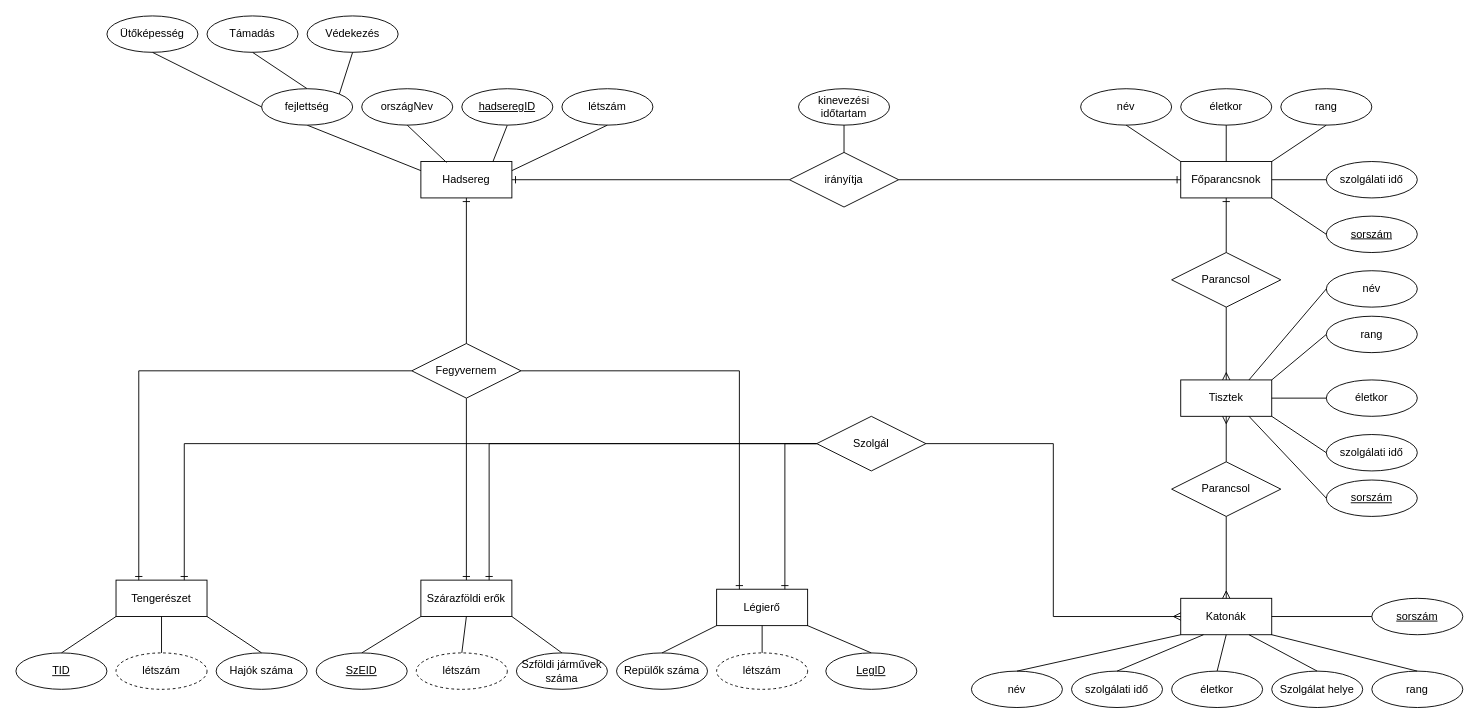
urbanoliver/HEPMIU_DB1Gyak keeps this draw.io diagram as DBSemTaskHEPMIU/ERhepmiu.drawio. Above is the earlier version. Source tidied: cells renumbered, new cells numbered last; positions are measured from the earlier drawing's top-left corner, leaving out a move shared by most shapes. Both pictures are drawn from the tidied source at 91%, with x=0, y=0 at pixel (15, 15).
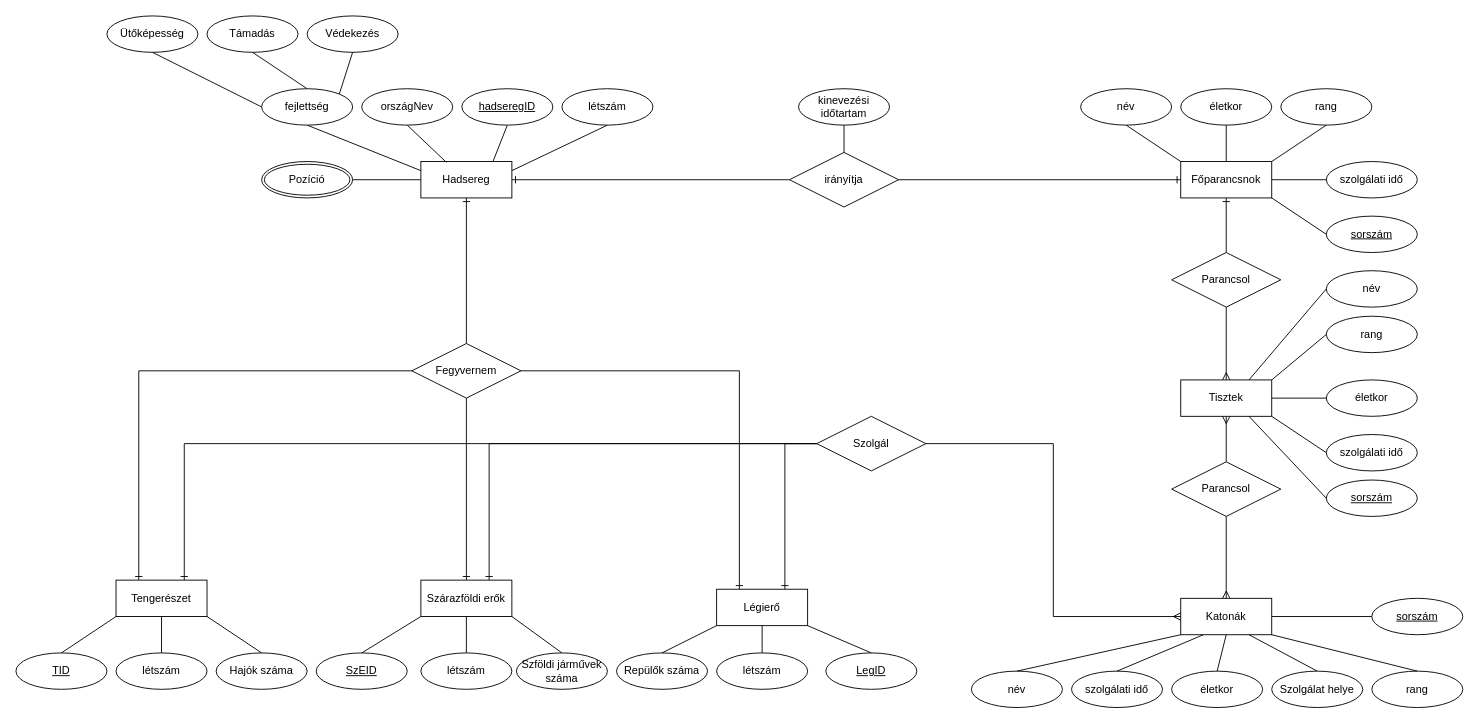
The same page after the edit.

The change refers to these unchanged cells:
```xml
<mxCell id="2" value="Hadsereg" style="whiteSpace=wrap;html=1;align=center;" parent="1" vertex="1">
  <mxGeometry x="445" y="160" width="100" height="40" as="geometry" />
</mxCell>
<mxCell id="6" value="Szárazföldi erők" style="whiteSpace=wrap;html=1;align=center;" parent="1" vertex="1">
  <mxGeometry x="445" y="620" width="100" height="40" as="geometry" />
</mxCell>
<mxCell id="9" value="Tengerészet" style="whiteSpace=wrap;html=1;align=center;" parent="1" vertex="1">
  <mxGeometry x="110" y="620" width="100" height="40" as="geometry" />
</mxCell>
```

Change to the diagram source:
```diff
@@
-    <mxCell id="59" value="létszám" style="ellipse;whiteSpace=wrap;html=1;align=center;dashed=1;" parent="1" vertex="1">
-      <mxGeometry x="110" y="700" width="100" height="40" as="geometry" />
-    </mxCell>
-    <mxCell id="60" value="létszám" style="ellipse;whiteSpace=wrap;html=1;align=center;dashed=1;" parent="1" vertex="1">
-      <mxGeometry x="440" y="700" width="100" height="40" as="geometry" />
-    </mxCell>
-    <mxCell id="61" value="létszám" style="ellipse;whiteSpace=wrap;html=1;align=center;dashed=1;" parent="1" vertex="1">
+    <mxCell id="61" value="létszám" style="ellipse;whiteSpace=wrap;html=1;align=center;" parent="1" vertex="1">
       <mxGeometry x="770" y="700" width="100" height="40" as="geometry" />
     </mxCell>
@@
-    <mxCell id="69" style="endArrow=none;html=1;rounded=0;exitX=0.5;exitY=1;exitDx=0;exitDy=0;entryX=0.5;entryY=0;entryDx=0;entryDy=0;" parent="1" edge="1" source="9" target="59">
+    <mxCell id="69" style="endArrow=none;html=1;rounded=0;exitX=0.5;exitY=1;exitDx=0;exitDy=0;entryX=0.5;entryY=0;entryDx=0;entryDy=0;" parent="1" edge="1" source="9" target="95">
       <mxGeometry relative="1" as="geometry" />
     </mxCell>
@@
-    <mxCell id="72" style="endArrow=none;html=1;rounded=0;entryX=0.5;entryY=1;entryDx=0;entryDy=0;exitX=0.5;exitY=0;exitDx=0;exitDy=0;" parent="1" edge="1" source="60" target="6">
+    <mxCell id="72" style="endArrow=none;html=1;rounded=0;entryX=0.5;entryY=1;entryDx=0;entryDy=0;exitX=0.5;exitY=0;exitDx=0;exitDy=0;" parent="1" edge="1" source="94" target="6">
       <mxGeometry relative="1" as="geometry" />
     </mxCell>
@@
+    <mxCell id="94" value="létszám" style="ellipse;whiteSpace=wrap;html=1;align=center;" parent="1" vertex="1">
+      <mxGeometry x="445" y="700" width="100" height="40" as="geometry" />
+    </mxCell>
+    <mxCell id="95" value="létszám" style="ellipse;whiteSpace=wrap;html=1;align=center;" parent="1" vertex="1">
+      <mxGeometry x="110" y="700" width="100" height="40" as="geometry" />
+    </mxCell>
+    <mxCell id="96" value="Pozíció" style="ellipse;shape=doubleEllipse;margin=3;whiteSpace=wrap;html=1;align=center;" parent="1" vertex="1">
+      <mxGeometry x="270" y="160" width="100" height="40" as="geometry" />
+    </mxCell>
+    <mxCell id="97" style="endArrow=none;html=1;rounded=0;exitX=0;exitY=0.5;exitDx=0;exitDy=0;entryX=1;entryY=0.5;entryDx=0;entryDy=0;" parent="1" edge="1" source="2" target="96">
+      <mxGeometry relative="1" as="geometry" />
+    </mxCell>
```
